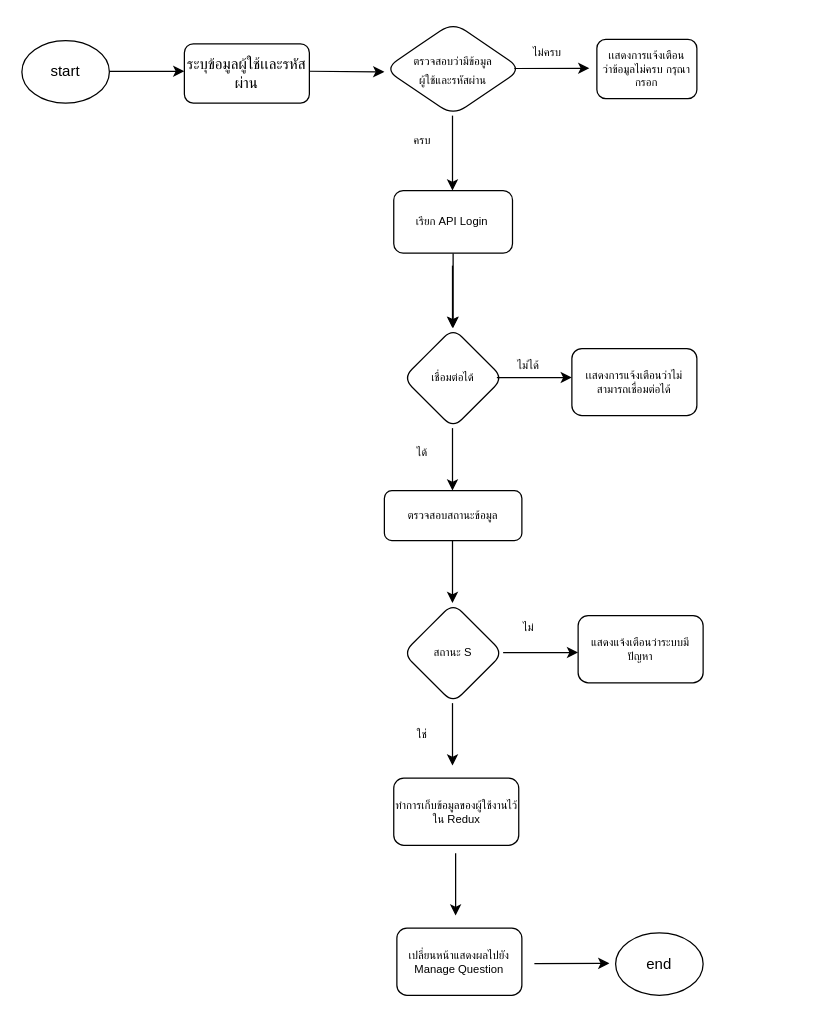
The draw.io diagram Untitled Diagram.drawio in charifrodmanee/charifrodmanee, before the edit. Source tidied: cells renumbered, new cells numbered last; positions are measured from the earlier drawing's top-left corner, leaving out a move shared by most shapes. Both pictures are drawn from the tidied source at 125%, with x=0, y=0 at pixel (21, 21).
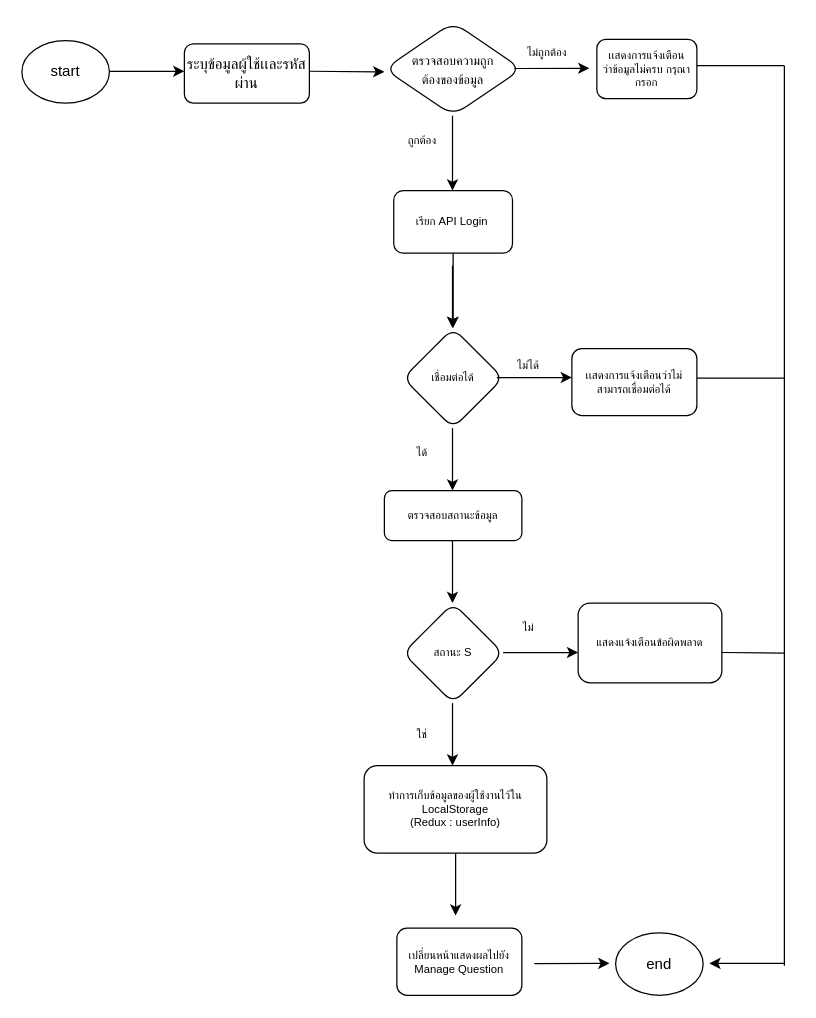
Above is the later version.

The edit, as a diff of the source:
```diff
@@
-    <mxCell id="6" value="&lt;font style=&quot;font-size: 9px;&quot;&gt;ตรวจสอบว่ามีข้อมูล &lt;br&gt;ผู้ใช้และรหัสผ่าน&lt;/font&gt;" style="rhombus;whiteSpace=wrap;html=1;rounded=1;arcSize=25;" parent="1" vertex="1">
+    <mxCell id="6" value="&lt;font size=&quot;1&quot;&gt;ตรวจสอบความถูก&lt;br&gt;ต้องของข้อมูล&lt;/font&gt;" style="rhombus;whiteSpace=wrap;html=1;rounded=1;arcSize=25;" parent="1" vertex="1">
       <mxGeometry x="290" y="0.3" width="110" height="74.7" as="geometry" />
     </mxCell>
@@
-    <mxCell id="8" value="ไม่ครบ" style="text;html=1;align=center;verticalAlign=middle;strokeColor=none;fillColor=none;fontSize=9;" parent="1" vertex="1">
-      <mxGeometry x="395" y="15" width="50" height="20" as="geometry" />
+    <mxCell id="8" value="ไม่ถูกต้อง" style="text;html=1;align=center;verticalAlign=middle;strokeColor=none;fillColor=none;fontSize=9;" parent="1" vertex="1">
+      <mxGeometry x="390" y="15" width="60" height="20" as="geometry" />
     </mxCell>
@@
-    <mxCell id="11" value="ครบ" style="text;html=1;align=center;verticalAlign=middle;strokeColor=none;fillColor=none;fontSize=9;" parent="1" vertex="1">
-      <mxGeometry x="300" y="85" width="40" height="20" as="geometry" />
+    <mxCell id="11" value="ถูกต้อง" style="text;html=1;align=center;verticalAlign=middle;strokeColor=none;fillColor=none;fontSize=9;" parent="1" vertex="1">
+      <mxGeometry x="295" y="85" width="50" height="20" as="geometry" />
     </mxCell>
@@
-    <mxCell id="26" value="แสดงแจ้งเตือนว่าระบบมีปัญหา" style="rounded=1;whiteSpace=wrap;html=1;fontSize=9;" parent="1" vertex="1">
-      <mxGeometry x="445" y="475" width="100" height="53.7" as="geometry" />
+    <mxCell id="26" value="แสดงแจ้งเตือนข้อผิดพลาด" style="rounded=1;whiteSpace=wrap;html=1;fontSize=9;" parent="1" vertex="1">
+      <mxGeometry x="445" y="465" width="115" height="63.7" as="geometry" />
     </mxCell>
@@
-    <mxCell id="30" value="ทำการเก็บข้อมูลของผู้ใช้งานไว้ใน Redux" style="rounded=1;whiteSpace=wrap;html=1;fontSize=9;" parent="1" vertex="1">
-      <mxGeometry x="297.5" y="605" width="100" height="53.7" as="geometry" />
+    <mxCell id="30" value="ทำการเก็บข้อมูลของผู้ใช้งานไว้ใน LocalStorage&lt;br&gt;(Redux : userInfo)" style="rounded=1;whiteSpace=wrap;html=1;fontSize=9;" parent="1" vertex="1">
+      <mxGeometry x="273.8" y="595" width="146.2" height="70" as="geometry" />
     </mxCell>
@@
+    <mxCell id="35" style="endArrow=none;html=1;rounded=0;" parent="1" edge="1">
+      <mxGeometry relative="1" as="geometry">
+        <mxPoint x="540" y="35" as="sourcePoint" />
+        <mxPoint x="610" y="35" as="targetPoint" />
+      </mxGeometry>
+    </mxCell>
+    <mxCell id="36" style="endArrow=none;html=1;rounded=0;" parent="1" edge="1">
+      <mxGeometry relative="1" as="geometry">
+        <mxPoint x="540" y="285" as="sourcePoint" />
+        <mxPoint x="610" y="285" as="targetPoint" />
+      </mxGeometry>
+    </mxCell>
+    <mxCell id="37" style="endArrow=none;html=1;rounded=0;" parent="1" edge="1">
+      <mxGeometry relative="1" as="geometry">
+        <mxPoint x="560" y="504.5" as="sourcePoint" />
+        <mxPoint x="610" y="505" as="targetPoint" />
+      </mxGeometry>
+    </mxCell>
+    <mxCell id="38" style="endArrow=none;html=1;rounded=0;" parent="1" edge="1">
+      <mxGeometry relative="1" as="geometry">
+        <mxPoint x="610" y="755" as="sourcePoint" />
+        <mxPoint x="610" y="35" as="targetPoint" />
+      </mxGeometry>
+    </mxCell>
+    <mxCell id="39" style="endArrow=classic;html=1;rounded=0;" parent="1" edge="1">
+      <mxGeometry relative="1" as="geometry">
+        <mxPoint x="610" y="753.2" as="sourcePoint" />
+        <mxPoint x="550" y="753.2" as="targetPoint" />
+      </mxGeometry>
+    </mxCell>
```
